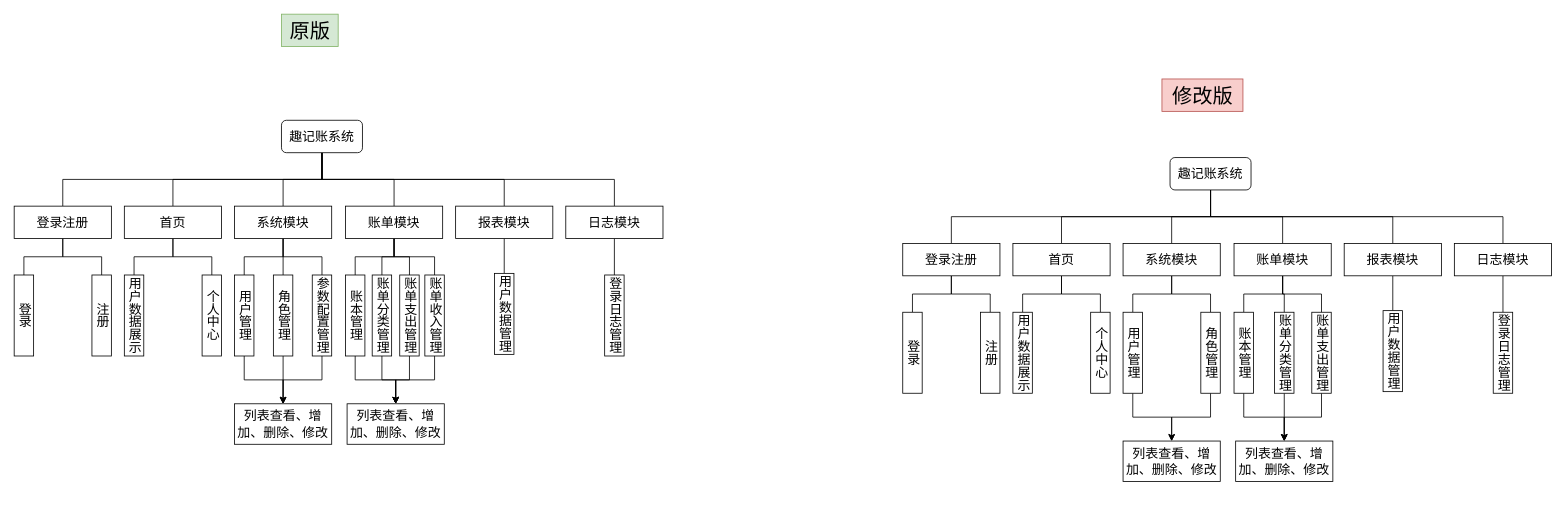
The draw.io diagram page "系统功能模块图" (5 of 8) of lottery-note/fun-bill-依赖关系.drawio in mynxg/draw-io-to-github, before the edit. Source tidied: cells renumbered, new cells numbered last; positions are measured from the earlier drawing's top-left corner, leaving out a move shared by most shapes. Both pictures are drawn from the tidied source at 81%, with x=0, y=0 at pixel (14, 14).
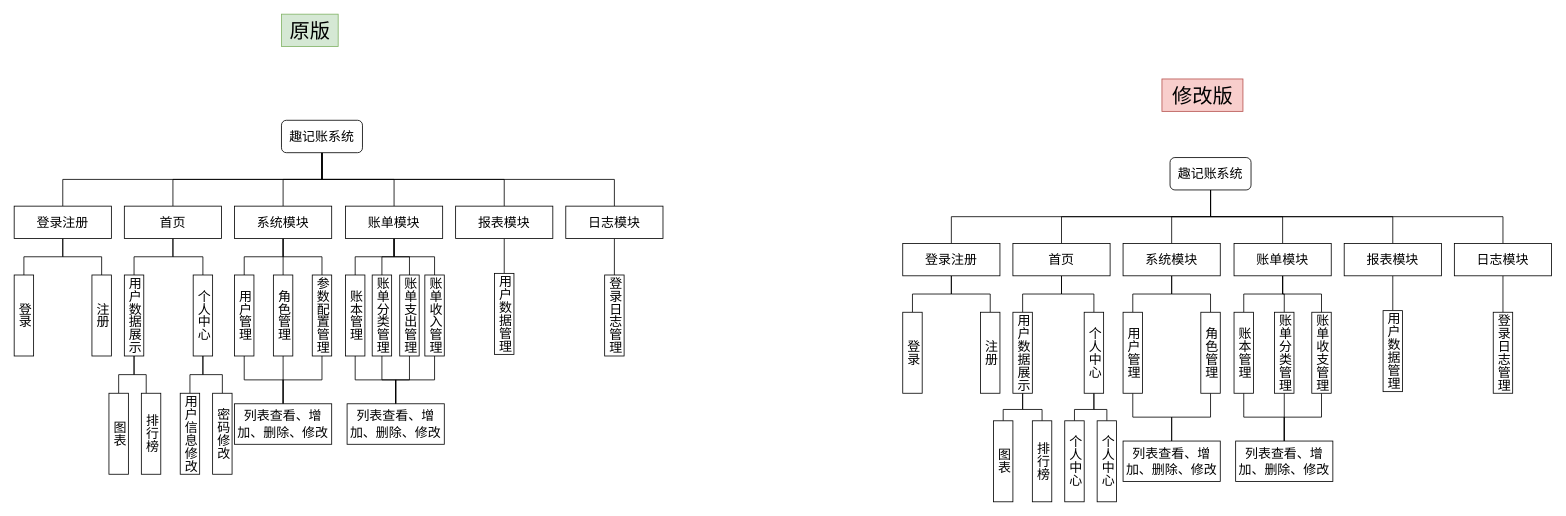
Above is the later version.

Unchanged cells that the change refers to:
```xml
<mxCell id="29" value="用户管理" style="rounded=0;whiteSpace=wrap;html=1;textDirection=vertical-lr;fontSize=16;fontFamily=宋体;" parent="1" vertex="1">
  <mxGeometry x="272" y="322" width="24" height="100" as="geometry" />
</mxCell>
<mxCell id="32" value="用户数据展示" style="rounded=0;whiteSpace=wrap;html=1;textDirection=vertical-lr;fontSize=16;fontFamily=宋体;" parent="1" vertex="1">
  <mxGeometry x="136" y="322" width="24" height="100" as="geometry" />
</mxCell>
<mxCell id="35" value="角色管理" style="rounded=0;whiteSpace=wrap;html=1;textDirection=vertical-lr;fontSize=16;fontFamily=宋体;" parent="1" vertex="1">
  <mxGeometry x="320" y="322" width="24" height="100" as="geometry" />
</mxCell>
<mxCell id="37" value="参数配置管理" style="rounded=0;whiteSpace=wrap;html=1;textDirection=vertical-lr;fontSize=16;fontFamily=宋体;" parent="1" vertex="1">
  <mxGeometry x="368" y="322" width="24" height="100" as="geometry" />
</mxCell>
<mxCell id="39" value="账本管理" style="rounded=0;whiteSpace=wrap;html=1;textDirection=vertical-lr;fontSize=16;fontFamily=宋体;" parent="1" vertex="1">
  <mxGeometry x="409" y="322" width="24" height="100" as="geometry" />
</mxCell>
<mxCell id="41" value="账单分类管理" style="rounded=0;whiteSpace=wrap;html=1;textDirection=vertical-lr;fontSize=16;fontFamily=宋体;" parent="1" vertex="1">
  <mxGeometry x="442" y="322" width="24" height="100" as="geometry" />
</mxCell>
<mxCell id="43" value="账单支出管理" style="rounded=0;whiteSpace=wrap;html=1;textDirection=vertical-lr;fontSize=16;fontFamily=宋体;" parent="1" vertex="1">
  <mxGeometry x="476" y="322" width="24" height="100" as="geometry" />
</mxCell>
<mxCell id="45" value="账单收入管理" style="rounded=0;whiteSpace=wrap;html=1;textDirection=vertical-lr;fontSize=16;fontFamily=宋体;" parent="1" vertex="1">
  <mxGeometry x="507" y="322" width="24" height="100" as="geometry" />
</mxCell>
<mxCell id="48" value="列表查看、增加、删除、修改" style="rounded=0;whiteSpace=wrap;html=1;fontSize=16;fontFamily=宋体;" parent="1" vertex="1">
  <mxGeometry x="272" y="481" width="120" height="50" as="geometry" />
</mxCell>
<mxCell id="49" value="列表查看、增加、删除、修改" style="rounded=0;whiteSpace=wrap;html=1;fontSize=16;fontFamily=宋体;" parent="1" vertex="1">
  <mxGeometry x="411" y="481" width="120" height="50" as="geometry" />
</mxCell>
<mxCell id="75" value="用户管理" style="rounded=0;whiteSpace=wrap;html=1;textDirection=vertical-lr;fontSize=16;fontFamily=宋体;" parent="1" vertex="1">
  <mxGeometry x="1369" y="368" width="24" height="100" as="geometry" />
</mxCell>
<mxCell id="78" value="用户数据展示" style="rounded=0;whiteSpace=wrap;html=1;textDirection=vertical-lr;fontSize=16;fontFamily=宋体;" parent="1" vertex="1">
  <mxGeometry x="1233" y="368" width="24" height="100" as="geometry" />
</mxCell>
<mxCell id="81" value="角色管理" style="rounded=0;whiteSpace=wrap;html=1;textDirection=vertical-lr;fontSize=16;fontFamily=宋体;" parent="1" vertex="1">
  <mxGeometry x="1465" y="368" width="24" height="100" as="geometry" />
</mxCell>
<mxCell id="83" value="账本管理" style="rounded=0;whiteSpace=wrap;html=1;textDirection=vertical-lr;fontSize=16;fontFamily=宋体;" parent="1" vertex="1">
  <mxGeometry x="1506" y="368" width="24" height="100" as="geometry" />
</mxCell>
<mxCell id="85" value="账单分类管理" style="rounded=0;whiteSpace=wrap;html=1;textDirection=vertical-lr;fontSize=16;fontFamily=宋体;" parent="1" vertex="1">
  <mxGeometry x="1556" y="368" width="24" height="100" as="geometry" />
</mxCell>
<mxCell id="90" value="列表查看、增加、删除、修改" style="rounded=0;whiteSpace=wrap;html=1;fontSize=16;fontFamily=宋体;" parent="1" vertex="1">
  <mxGeometry x="1369" y="527" width="120" height="50" as="geometry" />
</mxCell>
<mxCell id="91" value="列表查看、增加、删除、修改" style="rounded=0;whiteSpace=wrap;html=1;fontSize=16;fontFamily=宋体;" parent="1" vertex="1">
  <mxGeometry x="1508" y="527" width="120" height="50" as="geometry" />
</mxCell>
```

What changed in the source:
```diff
@@
-    <mxCell id="28" style="edgeStyle=orthogonalEdgeStyle;rounded=0;jettySize=auto;html=1;exitX=0.5;exitY=1;exitDx=0;exitDy=0;entryX=0.5;entryY=0;entryDx=0;entryDy=0;" parent="1" edge="1" source="29" target="48">
+    <mxCell id="28" style="edgeStyle=orthogonalEdgeStyle;rounded=0;jettySize=auto;html=1;exitX=0.5;exitY=1;exitDx=0;exitDy=0;entryX=0.5;entryY=0;entryDx=0;entryDy=0;endArrow=none;endFill=0;" parent="1" edge="1" source="29" target="48">
       <mxGeometry relative="1" as="geometry" />
     </mxCell>
@@
+    <mxCell id="94" style="edgeStyle=orthogonalEdgeStyle;rounded=0;jettySize=auto;html=1;exitX=0.5;exitY=1;exitDx=0;exitDy=0;entryX=0.5;entryY=0;entryDx=0;entryDy=0;endArrow=none;endFill=0;" parent="1" edge="1" source="32" target="106">
+      <mxGeometry relative="1" as="geometry" />
+    </mxCell>
+    <mxCell id="95" style="edgeStyle=orthogonalEdgeStyle;rounded=0;jettySize=auto;html=1;exitX=0.5;exitY=1;exitDx=0;exitDy=0;entryX=0.25;entryY=0;entryDx=0;entryDy=0;endArrow=none;endFill=0;" parent="1" edge="1" source="32" target="107">
+      <mxGeometry relative="1" as="geometry" />
+    </mxCell>
@@
+    <mxCell id="96" style="edgeStyle=orthogonalEdgeStyle;rounded=0;jettySize=auto;html=1;exitX=0.5;exitY=1;exitDx=0;exitDy=0;entryX=0.5;entryY=0;entryDx=0;entryDy=0;endArrow=none;endFill=0;" parent="1" edge="1" source="33" target="108">
+      <mxGeometry relative="1" as="geometry" />
+    </mxCell>
+    <mxCell id="97" style="edgeStyle=orthogonalEdgeStyle;rounded=0;jettySize=auto;html=1;exitX=0.5;exitY=1;exitDx=0;exitDy=0;endArrow=none;endFill=0;" parent="1" edge="1" source="33" target="109">
+      <mxGeometry relative="1" as="geometry" />
+    </mxCell>
     <mxCell id="33" value="个人中心" style="rounded=0;whiteSpace=wrap;html=1;textDirection=vertical-lr;fontSize=16;fontFamily=宋体;" parent="1" vertex="1">
-      <mxGeometry x="232" y="322" width="24" height="100" as="geometry" />
+      <mxGeometry x="221" y="322" width="24" height="100" as="geometry" />
     </mxCell>
-    <mxCell id="34" style="edgeStyle=orthogonalEdgeStyle;rounded=0;jettySize=auto;html=1;exitX=0.5;exitY=1;exitDx=0;exitDy=0;entryX=0.5;entryY=0;entryDx=0;entryDy=0;" parent="1" edge="1" source="35" target="48">
+    <mxCell id="34" style="edgeStyle=orthogonalEdgeStyle;rounded=0;jettySize=auto;html=1;exitX=0.5;exitY=1;exitDx=0;exitDy=0;entryX=0.5;entryY=0;entryDx=0;entryDy=0;endArrow=none;endFill=0;" parent="1" edge="1" source="35" target="48">
       <mxGeometry relative="1" as="geometry" />
     </mxCell>
@@
-    <mxCell id="36" style="edgeStyle=orthogonalEdgeStyle;rounded=0;jettySize=auto;html=1;exitX=0.5;exitY=1;exitDx=0;exitDy=0;entryX=0.5;entryY=0;entryDx=0;entryDy=0;" parent="1" edge="1" source="37" target="48">
+    <mxCell id="36" style="edgeStyle=orthogonalEdgeStyle;rounded=0;jettySize=auto;html=1;exitX=0.5;exitY=1;exitDx=0;exitDy=0;entryX=0.5;entryY=0;entryDx=0;entryDy=0;endArrow=none;endFill=0;" parent="1" edge="1" source="37" target="48">
       <mxGeometry relative="1" as="geometry" />
     </mxCell>
@@
-    <mxCell id="38" style="edgeStyle=orthogonalEdgeStyle;rounded=0;jettySize=auto;html=1;exitX=0.5;exitY=1;exitDx=0;exitDy=0;entryX=0.5;entryY=0;entryDx=0;entryDy=0;" parent="1" edge="1" source="39" target="49">
+    <mxCell id="38" style="edgeStyle=orthogonalEdgeStyle;rounded=0;jettySize=auto;html=1;exitX=0.5;exitY=1;exitDx=0;exitDy=0;entryX=0.5;entryY=0;entryDx=0;entryDy=0;endArrow=none;endFill=0;" parent="1" edge="1" source="39" target="49">
       <mxGeometry relative="1" as="geometry" />
     </mxCell>
@@
-    <mxCell id="40" style="edgeStyle=orthogonalEdgeStyle;rounded=0;jettySize=auto;html=1;exitX=0.5;exitY=1;exitDx=0;exitDy=0;entryX=0.5;entryY=0;entryDx=0;entryDy=0;" parent="1" edge="1" source="41" target="49">
+    <mxCell id="40" style="edgeStyle=orthogonalEdgeStyle;rounded=0;jettySize=auto;html=1;exitX=0.5;exitY=1;exitDx=0;exitDy=0;entryX=0.5;entryY=0;entryDx=0;entryDy=0;endArrow=none;endFill=0;" parent="1" edge="1" source="41" target="49">
       <mxGeometry relative="1" as="geometry" />
     </mxCell>
@@
-    <mxCell id="42" style="edgeStyle=orthogonalEdgeStyle;rounded=0;jettySize=auto;html=1;exitX=0.5;exitY=1;exitDx=0;exitDy=0;entryX=0.5;entryY=0;entryDx=0;entryDy=0;" parent="1" edge="1" source="43" target="49">
+    <mxCell id="42" style="edgeStyle=orthogonalEdgeStyle;rounded=0;jettySize=auto;html=1;exitX=0.5;exitY=1;exitDx=0;exitDy=0;entryX=0.5;entryY=0;entryDx=0;entryDy=0;endArrow=none;endFill=0;" parent="1" edge="1" source="43" target="49">
       <mxGeometry relative="1" as="geometry" />
     </mxCell>
@@
-    <mxCell id="44" style="edgeStyle=orthogonalEdgeStyle;rounded=0;jettySize=auto;html=1;exitX=0.5;exitY=1;exitDx=0;exitDy=0;entryX=0.5;entryY=0;entryDx=0;entryDy=0;" parent="1" edge="1" source="45" target="49">
+    <mxCell id="44" style="edgeStyle=orthogonalEdgeStyle;rounded=0;jettySize=auto;html=1;exitX=0.5;exitY=1;exitDx=0;exitDy=0;entryX=0.5;entryY=0;entryDx=0;entryDy=0;endArrow=none;endFill=0;" parent="1" edge="1" source="45" target="49">
       <mxGeometry relative="1" as="geometry" />
     </mxCell>
@@
-    <mxCell id="74" style="edgeStyle=orthogonalEdgeStyle;rounded=0;jettySize=auto;html=1;exitX=0.5;exitY=1;exitDx=0;exitDy=0;entryX=0.5;entryY=0;entryDx=0;entryDy=0;" parent="1" edge="1" source="75" target="90">
+    <mxCell id="74" style="edgeStyle=orthogonalEdgeStyle;rounded=0;jettySize=auto;html=1;exitX=0.5;exitY=1;exitDx=0;exitDy=0;entryX=0.5;entryY=0;entryDx=0;entryDy=0;endArrow=none;endFill=0;" parent="1" edge="1" source="75" target="90">
       <mxGeometry relative="1" as="geometry" />
     </mxCell>
@@
+    <mxCell id="98" style="edgeStyle=orthogonalEdgeStyle;rounded=0;jettySize=auto;html=1;exitX=0.5;exitY=1;exitDx=0;exitDy=0;entryX=0.5;entryY=0;entryDx=0;entryDy=0;endArrow=none;endFill=0;" parent="1" edge="1" source="78" target="102">
+      <mxGeometry relative="1" as="geometry" />
+    </mxCell>
+    <mxCell id="99" style="edgeStyle=orthogonalEdgeStyle;rounded=0;jettySize=auto;html=1;exitX=0.5;exitY=1;exitDx=0;exitDy=0;entryX=0.5;entryY=0;entryDx=0;entryDy=0;endArrow=none;endFill=0;" parent="1" edge="1" source="78" target="103">
+      <mxGeometry relative="1" as="geometry" />
+    </mxCell>
@@
+    <mxCell id="100" style="edgeStyle=orthogonalEdgeStyle;rounded=0;jettySize=auto;html=1;exitX=0.5;exitY=1;exitDx=0;exitDy=0;entryX=0.5;entryY=0;entryDx=0;entryDy=0;endArrow=none;endFill=0;" parent="1" edge="1" source="79" target="104">
+      <mxGeometry relative="1" as="geometry" />
+    </mxCell>
+    <mxCell id="101" style="edgeStyle=orthogonalEdgeStyle;rounded=0;jettySize=auto;html=1;exitX=0.5;exitY=1;exitDx=0;exitDy=0;endArrow=none;endFill=0;" parent="1" edge="1" source="79" target="105">
+      <mxGeometry relative="1" as="geometry" />
+    </mxCell>
     <mxCell id="79" value="个人中心" style="rounded=0;whiteSpace=wrap;html=1;textDirection=vertical-lr;fontSize=16;fontFamily=宋体;" parent="1" vertex="1">
-      <mxGeometry x="1329" y="368" width="24" height="100" as="geometry" />
+      <mxGeometry x="1321" y="368" width="24" height="100" as="geometry" />
     </mxCell>
-    <mxCell id="80" style="edgeStyle=orthogonalEdgeStyle;rounded=0;jettySize=auto;html=1;exitX=0.5;exitY=1;exitDx=0;exitDy=0;entryX=0.5;entryY=0;entryDx=0;entryDy=0;" parent="1" edge="1" source="81" target="90">
+    <mxCell id="80" style="edgeStyle=orthogonalEdgeStyle;rounded=0;jettySize=auto;html=1;exitX=0.5;exitY=1;exitDx=0;exitDy=0;entryX=0.5;entryY=0;entryDx=0;entryDy=0;endArrow=none;endFill=0;" parent="1" edge="1" source="81" target="90">
       <mxGeometry relative="1" as="geometry" />
     </mxCell>
@@
-    <mxCell id="82" style="edgeStyle=orthogonalEdgeStyle;rounded=0;jettySize=auto;html=1;exitX=0.5;exitY=1;exitDx=0;exitDy=0;entryX=0.5;entryY=0;entryDx=0;entryDy=0;" parent="1" edge="1" source="83" target="91">
+    <mxCell id="82" style="edgeStyle=orthogonalEdgeStyle;rounded=0;jettySize=auto;html=1;exitX=0.5;exitY=1;exitDx=0;exitDy=0;entryX=0.5;entryY=0;entryDx=0;entryDy=0;endArrow=none;endFill=0;" parent="1" edge="1" source="83" target="91">
       <mxGeometry relative="1" as="geometry" />
     </mxCell>
@@
-    <mxCell id="84" style="edgeStyle=orthogonalEdgeStyle;rounded=0;jettySize=auto;html=1;exitX=0.5;exitY=1;exitDx=0;exitDy=0;entryX=0.5;entryY=0;entryDx=0;entryDy=0;" parent="1" edge="1" source="85" target="91">
+    <mxCell id="84" style="edgeStyle=orthogonalEdgeStyle;rounded=0;jettySize=auto;html=1;exitX=0.5;exitY=1;exitDx=0;exitDy=0;entryX=0.5;entryY=0;entryDx=0;entryDy=0;endArrow=none;endFill=0;" parent="1" edge="1" source="85" target="91">
       <mxGeometry relative="1" as="geometry" />
     </mxCell>
@@
-    <mxCell id="86" style="edgeStyle=orthogonalEdgeStyle;rounded=0;jettySize=auto;html=1;exitX=0.5;exitY=1;exitDx=0;exitDy=0;entryX=0.5;entryY=0;entryDx=0;entryDy=0;" parent="1" edge="1" source="87" target="91">
+    <mxCell id="86" style="edgeStyle=orthogonalEdgeStyle;rounded=0;jettySize=auto;html=1;exitX=0.5;exitY=1;exitDx=0;exitDy=0;entryX=0.5;entryY=0;entryDx=0;entryDy=0;endArrow=none;endFill=0;" parent="1" edge="1" source="87" target="91">
       <mxGeometry relative="1" as="geometry" />
     </mxCell>
-    <mxCell id="87" value="账单支出管理" style="rounded=0;whiteSpace=wrap;html=1;textDirection=vertical-lr;fontSize=16;fontFamily=宋体;" parent="1" vertex="1">
+    <mxCell id="87" value="账单收支管理" style="rounded=0;whiteSpace=wrap;html=1;textDirection=vertical-lr;fontSize=16;fontFamily=宋体;" parent="1" vertex="1">
       <mxGeometry x="1602" y="368" width="24" height="100" as="geometry" />
     </mxCell>
@@
+    <mxCell id="102" value="图表" style="rounded=0;whiteSpace=wrap;html=1;textDirection=vertical-lr;fontSize=16;fontFamily=宋体;" parent="1" vertex="1">
+      <mxGeometry x="1209" y="502" width="24" height="100" as="geometry" />
+    </mxCell>
+    <mxCell id="103" value="排行榜" style="rounded=0;whiteSpace=wrap;html=1;textDirection=vertical-lr;fontSize=16;fontFamily=宋体;" parent="1" vertex="1">
+      <mxGeometry x="1257" y="502" width="24" height="100" as="geometry" />
+    </mxCell>
+    <mxCell id="104" value="个人中心" style="rounded=0;whiteSpace=wrap;html=1;textDirection=vertical-lr;fontSize=16;fontFamily=宋体;" parent="1" vertex="1">
+      <mxGeometry x="1297" y="502" width="24" height="100" as="geometry" />
+    </mxCell>
+    <mxCell id="105" value="个人中心" style="rounded=0;whiteSpace=wrap;html=1;textDirection=vertical-lr;fontSize=16;fontFamily=宋体;" parent="1" vertex="1">
+      <mxGeometry x="1337" y="502" width="24" height="100" as="geometry" />
+    </mxCell>
+    <mxCell id="106" value="图表" style="rounded=0;whiteSpace=wrap;html=1;textDirection=vertical-lr;fontSize=16;fontFamily=宋体;" parent="1" vertex="1">
+      <mxGeometry x="117" y="468" width="24" height="100" as="geometry" />
+    </mxCell>
+    <mxCell id="107" value="排行榜" style="rounded=0;whiteSpace=wrap;html=1;textDirection=vertical-lr;fontSize=16;fontFamily=宋体;" parent="1" vertex="1">
+      <mxGeometry x="157" y="468" width="24" height="100" as="geometry" />
+    </mxCell>
+    <mxCell id="108" value="用户信息修改" style="rounded=0;whiteSpace=wrap;html=1;textDirection=vertical-lr;fontSize=16;fontFamily=宋体;" parent="1" vertex="1">
+      <mxGeometry x="205" y="468" width="24" height="100" as="geometry" />
+    </mxCell>
+    <mxCell id="109" value="密码修改" style="rounded=0;whiteSpace=wrap;html=1;textDirection=vertical-lr;fontSize=16;fontFamily=宋体;" parent="1" vertex="1">
+      <mxGeometry x="245" y="468" width="24" height="100" as="geometry" />
+    </mxCell>
```
